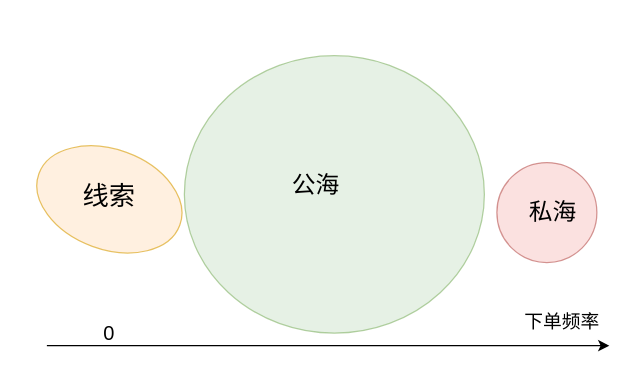
Before: 未命名表单.drawio in WinchongYoung/draw.io, a draw.io diagram. Source tidied: cells renumbered, new cells numbered last; positions are measured from the earlier drawing's top-left corner, leaving out a move shared by most shapes. Both pictures are drawn from the tidied source at 125%, with x=0, y=0 at pixel (34, 55).
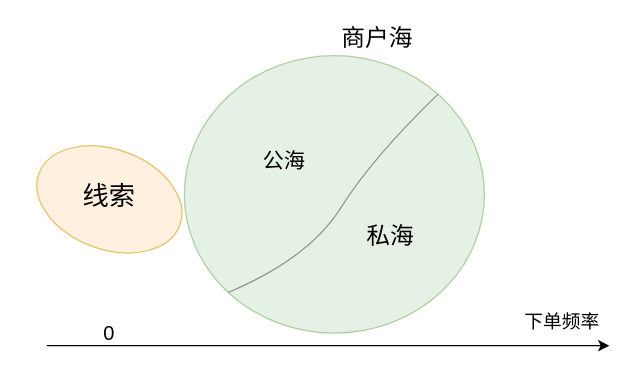
The same diagram, later.

Commit message:
从线索到商户海.drawio

What changed in the source:
```diff
@@
 <mxGraphModel>
   <root>
     <mxCell id="0" />
     <mxCell id="1" parent="0" />
-    <mxCell id="2" style="ellipse;whiteSpace=wrap;html=1;fillColor=#f8cecc;strokeColor=#b85450;opacity=60;" parent="1" vertex="1">
-      <mxGeometry x="370" y="85.5" width="80" height="80" as="geometry" />
-    </mxCell>
     <mxCell id="3" style="ellipse;whiteSpace=wrap;html=1;fillColor=#d5e8d4;strokeColor=#82b366;opacity=60;" parent="1" vertex="1">
       <mxGeometry x="120" width="240" height="222" as="geometry" />
     </mxCell>
     <mxCell id="4" style="ellipse;whiteSpace=wrap;html=1;rotation=20;fillColor=#ffe6cc;strokeColor=#d79b00;opacity=60;" parent="1" vertex="1">
       <mxGeometry y="75" width="120" height="80" as="geometry" />
     </mxCell>
     <mxCell id="5" value="&lt;font style=&quot;font-size: 21px&quot;&gt;线索&lt;/font&gt;" style="text;html=1;strokeColor=none;fillColor=none;align=center;verticalAlign=middle;whiteSpace=wrap;rounded=0;" parent="1" vertex="1">
       <mxGeometry x="35" y="98.5" width="50" height="27" as="geometry" />
     </mxCell>
-    <mxCell id="6" value="&lt;font style=&quot;font-size: 19px&quot;&gt;公海&lt;/font&gt;" style="text;html=1;strokeColor=none;fillColor=none;align=center;verticalAlign=middle;whiteSpace=wrap;rounded=0;" parent="1" vertex="1">
-      <mxGeometry x="192.5" y="90" width="65" height="27" as="geometry" />
+    <mxCell id="6" value="&lt;font style=&quot;font-size: 19px&quot;&gt;商户海&lt;/font&gt;" style="text;html=1;strokeColor=none;fillColor=none;align=center;verticalAlign=middle;whiteSpace=wrap;rounded=0;" parent="1" vertex="1">
+      <mxGeometry x="242" y="-27" width="65" height="27" as="geometry" />
     </mxCell>
-    <mxCell id="7" value="&lt;span style=&quot;font-size: 19px&quot;&gt;私海&lt;/span&gt;" style="text;html=1;strokeColor=none;fillColor=none;align=center;verticalAlign=middle;whiteSpace=wrap;rounded=0;" parent="1" vertex="1">
-      <mxGeometry x="390" y="117" width="50" height="17" as="geometry" />
-    </mxCell>
     <mxCell id="8" style="endArrow=classic;html=1;" parent="1" edge="1">
       <mxGeometry relative="1" as="geometry">
         <mxPoint x="10" y="232" as="sourcePoint" />
         <mxPoint x="460" y="232" as="targetPoint" />
       </mxGeometry>
     </mxCell>
     <mxCell id="9" value="&lt;font style=&quot;font-size: 16px&quot;&gt;0&lt;/font&gt;" style="text;html=1;strokeColor=none;fillColor=none;align=center;verticalAlign=middle;whiteSpace=wrap;rounded=0;opacity=60;" parent="1" vertex="1">
       <mxGeometry x="40" y="212" width="40" height="20" as="geometry" />
     </mxCell>
     <mxCell id="10" value="&lt;font style=&quot;font-size: 15px&quot;&gt;下单频率&lt;/font&gt;" style="text;html=1;strokeColor=none;fillColor=none;align=center;verticalAlign=middle;whiteSpace=wrap;rounded=0;opacity=60;" parent="1" vertex="1">
       <mxGeometry x="375" y="202" width="95" height="20" as="geometry" />
     </mxCell>
+    <mxCell id="11" style="curved=1;endArrow=none;html=1;endFill=0;exitX=0;exitY=1;exitDx=0;exitDy=0;opacity=40;" parent="1" edge="1" source="3" target="3">
+      <mxGeometry relative="1" as="geometry">
+        <Array as="points">
+          <mxPoint x="220" y="162" />
+          <mxPoint x="270" y="82" />
+        </Array>
+      </mxGeometry>
+    </mxCell>
+    <mxCell id="12" value="&lt;font style=&quot;font-size: 17px&quot;&gt;公海&lt;/font&gt;" style="text;html=1;strokeColor=none;fillColor=none;align=center;verticalAlign=middle;whiteSpace=wrap;rounded=0;opacity=60;" parent="1" vertex="1">
+      <mxGeometry x="180" y="75" width="40" height="20" as="geometry" />
+    </mxCell>
+    <mxCell id="7" value="&lt;font style=&quot;font-size: 19px&quot;&gt;私海&lt;/font&gt;" style="text;html=1;strokeColor=none;fillColor=none;align=center;verticalAlign=middle;whiteSpace=wrap;rounded=0;opacity=60;" parent="1" vertex="1">
+      <mxGeometry x="265" y="135" width="40" height="20" as="geometry" />
+    </mxCell>
   </root>
 </mxGraphModel>
```
